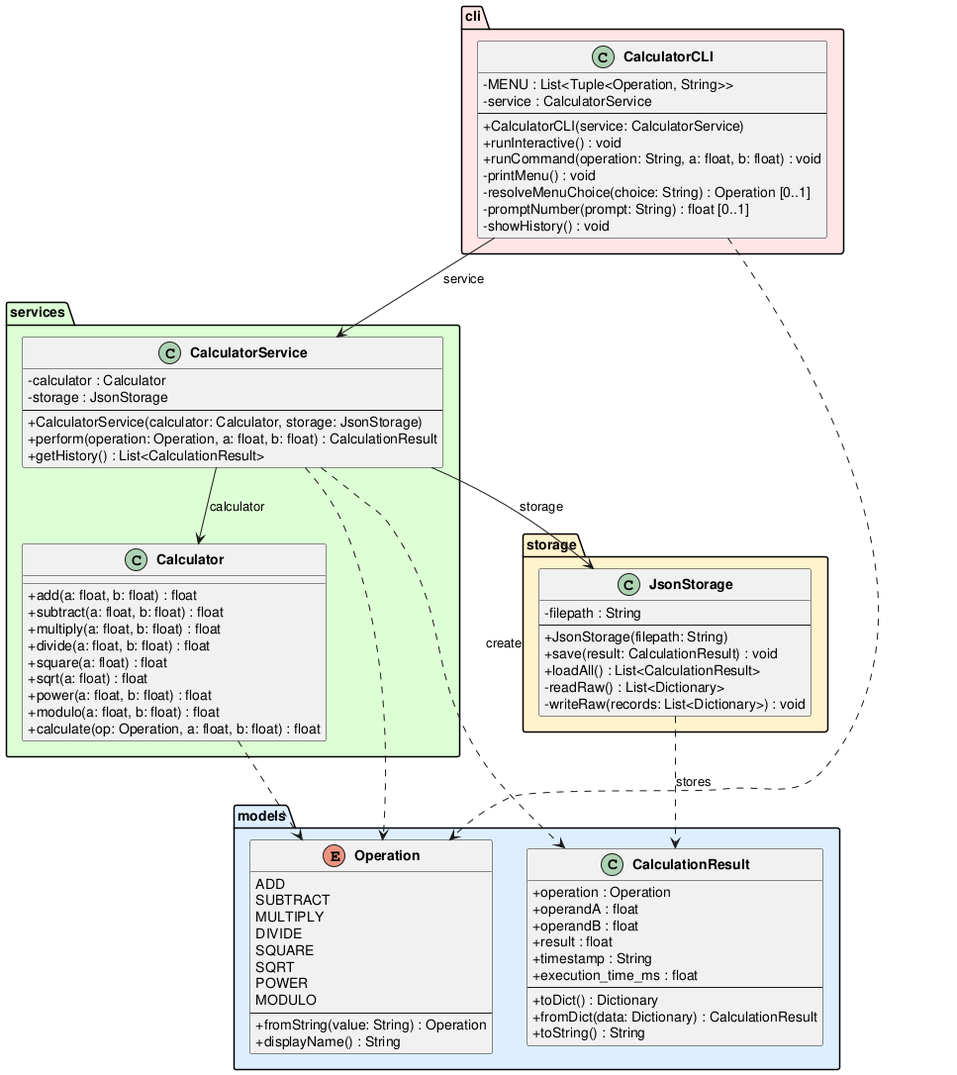
DanielRiha8906/Software_autoevolution_using_agents keeps this PlantUML diagram as experiments/supervisor_as_tools/test_driven/calculator/artifacts/class_diagram.png. Above is the earlier version.
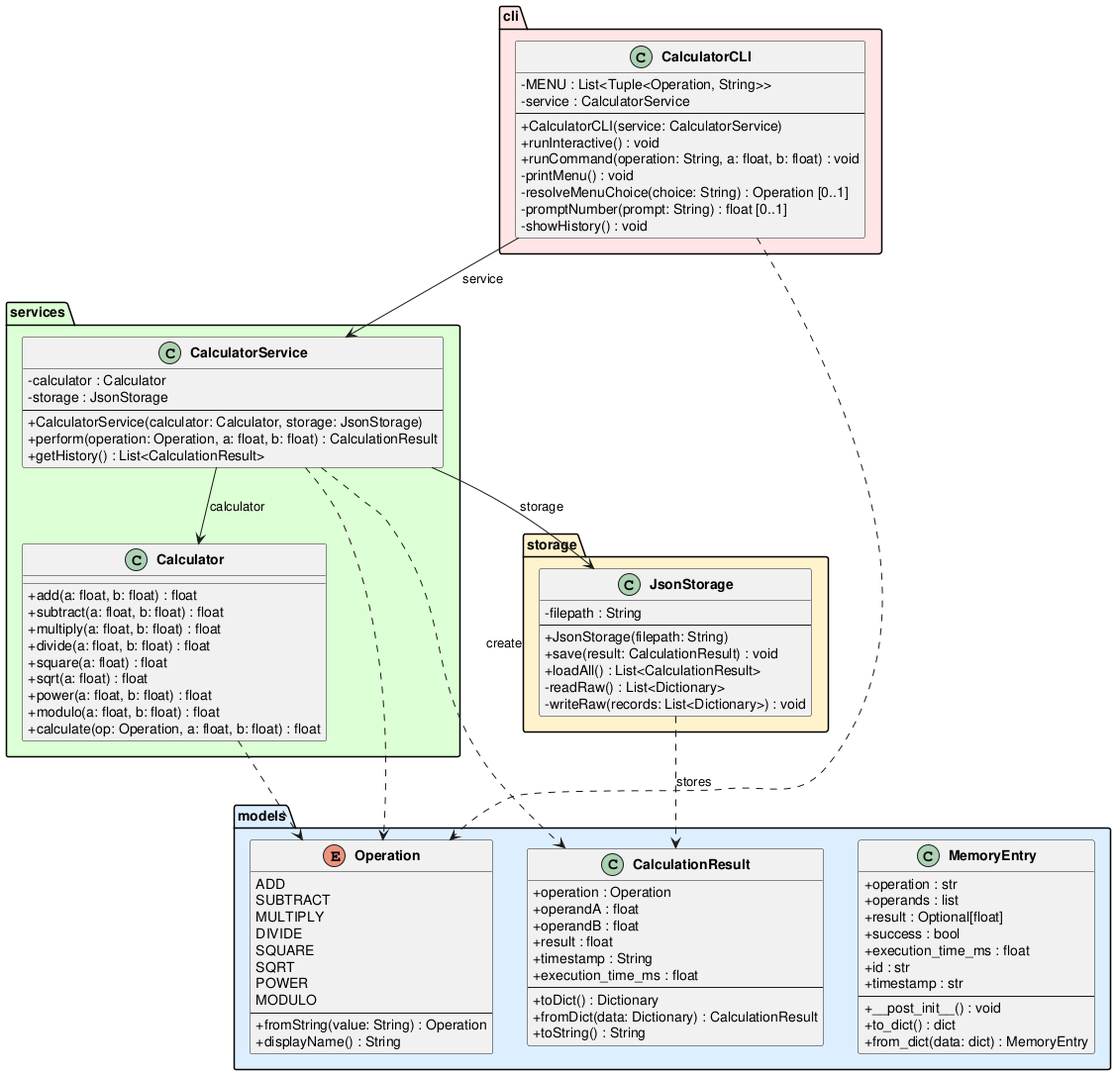
The same diagram one commit later.

What changed in the source:
```diff
@@ -29,6 +29,20 @@
         +toDict() : Dictionary
         +fromDict(data: Dictionary) : CalculationResult
         +toString() : String
+    }
+
+    class MemoryEntry {
+        +operation : str
+        +operands : list
+        +result : Optional[float]
+        +success : bool
+        +execution_time_ms : float
+        +id : str
+        +timestamp : str
+        --
+        +__post_init__() : void
+        +to_dict() : dict
+        +from_dict(data: dict) : MemoryEntry
     }
 }
 
```
